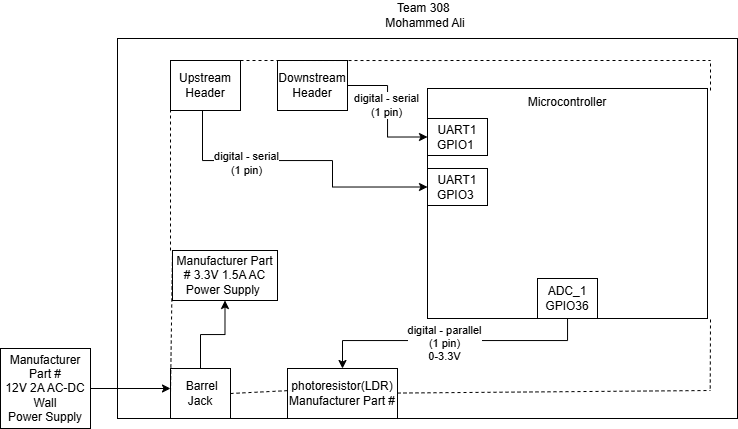
The draw.io diagram 02-Block-Diagram/Mo block diagram.drawio.png in malqarn2/EGR314DataSheetTemplate, before a commit. Source tidied: cells renumbered, new cells last; positions are measured from the earlier drawing's top-left corner, leaving out a move shared by most shapes. The source it was exported from:
```xml
<mxGraphModel>
  <root>
    <mxCell id="0" />
    <mxCell id="1" parent="0" />
    <mxCell id="2" style="group;" parent="1" vertex="1">
      <mxGeometry x="177" y="38" width="560" height="380" as="geometry" />
    </mxCell>
    <mxCell id="3" style="rounded=0;whiteSpace=wrap;html=1;verticalAlign=top;" parent="2" vertex="1">
      <mxGeometry x="-60" width="620" height="380" as="geometry" />
    </mxCell>
    <mxCell id="4" value="&lt;div&gt;photoresistor(LDR)&lt;/div&gt;&lt;div&gt;Manufacturer Part #&lt;br&gt;&lt;/div&gt;" style="rounded=0;whiteSpace=wrap;html=1;" parent="2" vertex="1">
      <mxGeometry x="110" y="330" width="110" height="50" as="geometry" />
    </mxCell>
    <mxCell id="5" value="Manufacturer Part # 3.3V 1.5A AC&lt;br&gt;Power Supply&amp;nbsp;" style="rounded=0;whiteSpace=wrap;html=1;" parent="2" vertex="1">
      <mxGeometry x="-5" y="212" width="105" height="50" as="geometry" />
    </mxCell>
    <mxCell id="6" style="edgeStyle=orthogonalEdgeStyle;rounded=0;jettySize=auto;html=1;entryX=0;entryY=0.5;entryDx=0;entryDy=0;" parent="2" edge="1" source="8" target="17">
      <mxGeometry relative="1" as="geometry">
        <Array as="points">
          <mxPoint x="25" y="122" />
          <mxPoint x="155" y="122" />
          <mxPoint x="155" y="149" />
        </Array>
      </mxGeometry>
    </mxCell>
    <mxCell id="7" value="digital - serial&lt;br/&gt;(1 pin)" style="edgeLabel;html=1;align=center;verticalAlign=middle;" parent="6" vertex="1">
      <mxGeometry x="-0.38" y="-2" relative="1" as="geometry" />
    </mxCell>
    <mxCell id="8" value="Upstream&lt;br/&gt;Header " style="rounded=0;whiteSpace=wrap;html=1;" parent="2" vertex="1">
      <mxGeometry x="-7" y="22" width="70" height="50" as="geometry" />
    </mxCell>
    <mxCell id="9" style="edgeStyle=orthogonalEdgeStyle;rounded=0;jettySize=auto;html=1;entryX=0;entryY=0.5;entryDx=0;entryDy=0;" parent="2" edge="1" source="11" target="16">
      <mxGeometry relative="1" as="geometry" />
    </mxCell>
    <mxCell id="10" value="digital - serial&lt;br/&gt;(1 pin)" style="edgeLabel;html=1;align=center;verticalAlign=middle;" parent="9" vertex="1">
      <mxGeometry x="-0.08" y="-2" relative="1" as="geometry" />
    </mxCell>
    <mxCell id="11" value="Downstream&lt;br/&gt;Header" style="rounded=0;whiteSpace=wrap;html=1;" parent="2" vertex="1">
      <mxGeometry x="100" y="22" width="70" height="50" as="geometry" />
    </mxCell>
    <mxCell id="12" value="&lt;div&gt;Microcontroller&lt;/div&gt;" style="rounded=0;whiteSpace=wrap;html=1;verticalAlign=top;" parent="2" vertex="1">
      <mxGeometry x="250" y="50" width="280" height="230" as="geometry" />
    </mxCell>
    <mxCell id="13" style="edgeStyle=orthogonalEdgeStyle;rounded=0;jettySize=auto;html=1;entryX=0.5;entryY=0;entryDx=0;entryDy=0;" parent="2" edge="1" source="15" target="4">
      <mxGeometry relative="1" as="geometry">
        <Array as="points">
          <mxPoint x="390" y="302" />
          <mxPoint x="165" y="302" />
        </Array>
      </mxGeometry>
    </mxCell>
    <mxCell id="14" value="digital - parallel&lt;br&gt;(1 pin)&lt;div&gt;0-3.3V&lt;/div&gt;" style="edgeLabel;html=1;align=center;verticalAlign=middle;" parent="13" vertex="1">
      <mxGeometry x="0.06" y="2" relative="1" as="geometry" />
    </mxCell>
    <mxCell id="15" value="ADC_1&lt;br&gt;GPIO36" style="rounded=0;whiteSpace=wrap;html=1;" parent="2" vertex="1">
      <mxGeometry x="360" y="240" width="60" height="40" as="geometry" />
    </mxCell>
    <mxCell id="16" value="UART1&lt;br/&gt;GPIO1&amp;nbsp;" style="rounded=0;whiteSpace=wrap;html=1;" parent="2" vertex="1">
      <mxGeometry x="250" y="80" width="60" height="37" as="geometry" />
    </mxCell>
    <mxCell id="17" value="UART1&lt;br&gt;GPIO3&amp;nbsp;" style="rounded=0;whiteSpace=wrap;html=1;" parent="2" vertex="1">
      <mxGeometry x="250" y="130" width="60" height="37" as="geometry" />
    </mxCell>
    <mxCell id="18" style="endArrow=none;dashed=1;html=1;rounded=0;exitX=0.956;exitY=0.921;exitDx=0;exitDy=0;exitPerimeter=0;" parent="2" edge="1" source="3">
      <mxGeometry relative="1" as="geometry">
        <mxPoint x="533" y="280.1" as="targetPoint" />
      </mxGeometry>
    </mxCell>
    <mxCell id="19" style="endArrow=none;dashed=1;html=1;rounded=0;" parent="2" edge="1" source="4">
      <mxGeometry relative="1" as="geometry">
        <mxPoint x="533" y="352" as="targetPoint" />
      </mxGeometry>
    </mxCell>
    <mxCell id="20" style="endArrow=none;dashed=1;html=1;rounded=0;exitX=1;exitY=0.5;exitDx=0;exitDy=0;" parent="2" edge="1" source="21">
      <mxGeometry relative="1" as="geometry">
        <mxPoint x="113" y="352" as="targetPoint" />
      </mxGeometry>
    </mxCell>
    <mxCell id="21" value="&amp;nbsp;Barrel Jack" style="rounded=0;whiteSpace=wrap;html=1;" parent="2" vertex="1">
      <mxGeometry x="-7" y="330" width="60" height="50" as="geometry" />
    </mxCell>
    <mxCell id="22" style="edgeStyle=orthogonalEdgeStyle;rounded=0;jettySize=auto;html=1;entryX=0.5;entryY=1;entryDx=0;entryDy=0;" parent="2" edge="1" source="21" target="5">
      <mxGeometry relative="1" as="geometry" />
    </mxCell>
    <mxCell id="23" style="endArrow=none;dashed=1;html=1;rounded=0;entryX=0;entryY=0.5;entryDx=0;entryDy=0;exitX=0;exitY=0;exitDx=0;exitDy=0;" parent="2" edge="1" source="5" target="21">
      <mxGeometry relative="1" as="geometry" />
    </mxCell>
    <mxCell id="24" style="endArrow=none;dashed=1;html=1;rounded=0;entryX=0;entryY=0.75;entryDx=0;entryDy=0;" parent="2" edge="1" target="8">
      <mxGeometry relative="1" as="geometry">
        <mxPoint x="-7" y="212" as="sourcePoint" />
      </mxGeometry>
    </mxCell>
    <mxCell id="25" style="endArrow=none;dashed=1;html=1;rounded=0;" parent="2" edge="1">
      <mxGeometry relative="1" as="geometry">
        <mxPoint x="533" y="52" as="sourcePoint" />
        <mxPoint x="533" y="22" as="targetPoint" />
      </mxGeometry>
    </mxCell>
    <mxCell id="26" style="edgeStyle=orthogonalEdgeStyle;rounded=0;jettySize=auto;html=1;" parent="1" edge="1" source="27">
      <mxGeometry relative="1" as="geometry">
        <mxPoint x="170" y="388" as="targetPoint" />
      </mxGeometry>
    </mxCell>
    <mxCell id="27" value="Manufacturer Part #&lt;br/&gt;12V 2A AC-DC Wall&lt;br/&gt;Power Supply" style="rounded=0;whiteSpace=wrap;html=1;" parent="1" vertex="1">
      <mxGeometry y="348" width="90" height="80" as="geometry" />
    </mxCell>
    <mxCell id="28" value="Team 308&amp;nbsp;&lt;div&gt;Mohammed Ali&lt;/div&gt;" style="text;html=1;whiteSpace=wrap;strokeColor=none;fillColor=none;align=center;verticalAlign=middle;rounded=0;" parent="1" vertex="1">
      <mxGeometry x="380" width="90" height="30" as="geometry" />
    </mxCell>
    <mxCell id="29" style="endArrow=none;dashed=1;html=1;rounded=0;entryX=0.537;entryY=0.058;entryDx=0;entryDy=0;entryPerimeter=0;" parent="1" edge="1" target="3">
      <mxGeometry relative="1" as="geometry">
        <mxPoint x="240" y="60" as="sourcePoint" />
      </mxGeometry>
    </mxCell>
    <mxCell id="30" style="endArrow=none;dashed=1;html=1;rounded=0;" parent="1" edge="1">
      <mxGeometry relative="1" as="geometry">
        <mxPoint x="450" y="60" as="sourcePoint" />
        <mxPoint x="710" y="60" as="targetPoint" />
      </mxGeometry>
    </mxCell>
  </root>
</mxGraphModel>
```
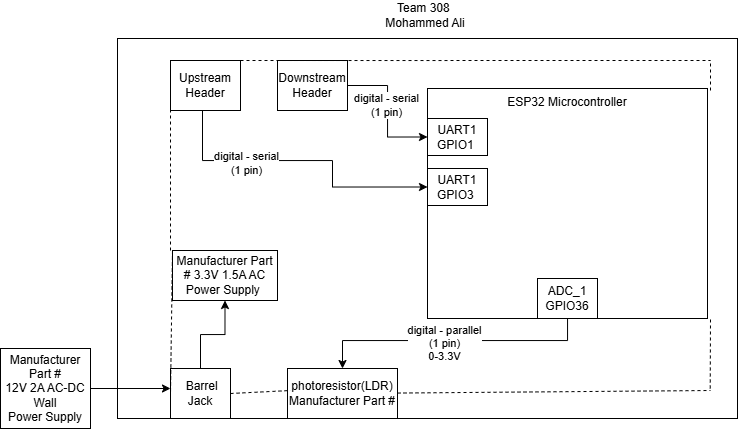
The same file after the commit.

Commit message:
deploy: 360ff674e13f320f9c995326466c3ac20ab2fefd

The edit, as a diff of the source:
```diff
@@ -38,7 +38,7 @@
     <mxCell id="11" value="Downstream&lt;br/&gt;Header" style="rounded=0;whiteSpace=wrap;html=1;" parent="2" vertex="1">
       <mxGeometry x="100" y="22" width="70" height="50" as="geometry" />
     </mxCell>
-    <mxCell id="12" value="&lt;div&gt;Microcontroller&lt;/div&gt;" style="rounded=0;whiteSpace=wrap;html=1;verticalAlign=top;" parent="2" vertex="1">
+    <mxCell id="12" value="&lt;div&gt;ESP32 Microcontroller&lt;/div&gt;" style="rounded=0;whiteSpace=wrap;html=1;verticalAlign=top;" parent="2" vertex="1">
       <mxGeometry x="250" y="50" width="280" height="230" as="geometry" />
     </mxCell>
     <mxCell id="13" style="edgeStyle=orthogonalEdgeStyle;rounded=0;jettySize=auto;html=1;entryX=0.5;entryY=0;entryDx=0;entryDy=0;" parent="2" edge="1" source="15" target="4">
```
